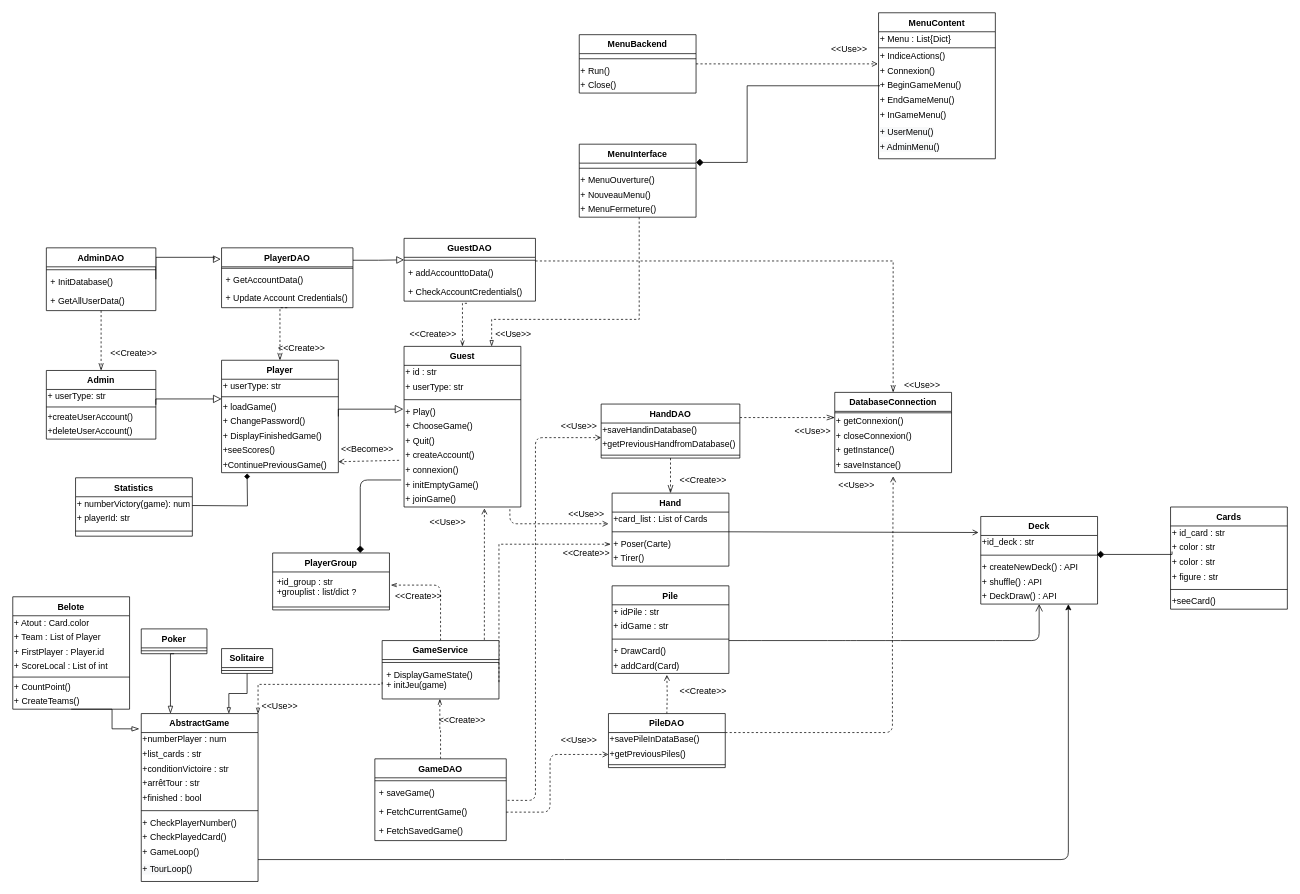
MailineN/ProjetInfo2A keeps this draw.io diagram as Diagrams/ClassDiagram.drawio. Above is the earlier version. Source tidied: cells renumbered, new cells numbered last; positions are measured from the earlier drawing's top-left corner, leaving out a move shared by most shapes. Both pictures are drawn from the tidied source at 73%, with x=0, y=0 at pixel (12, 12).
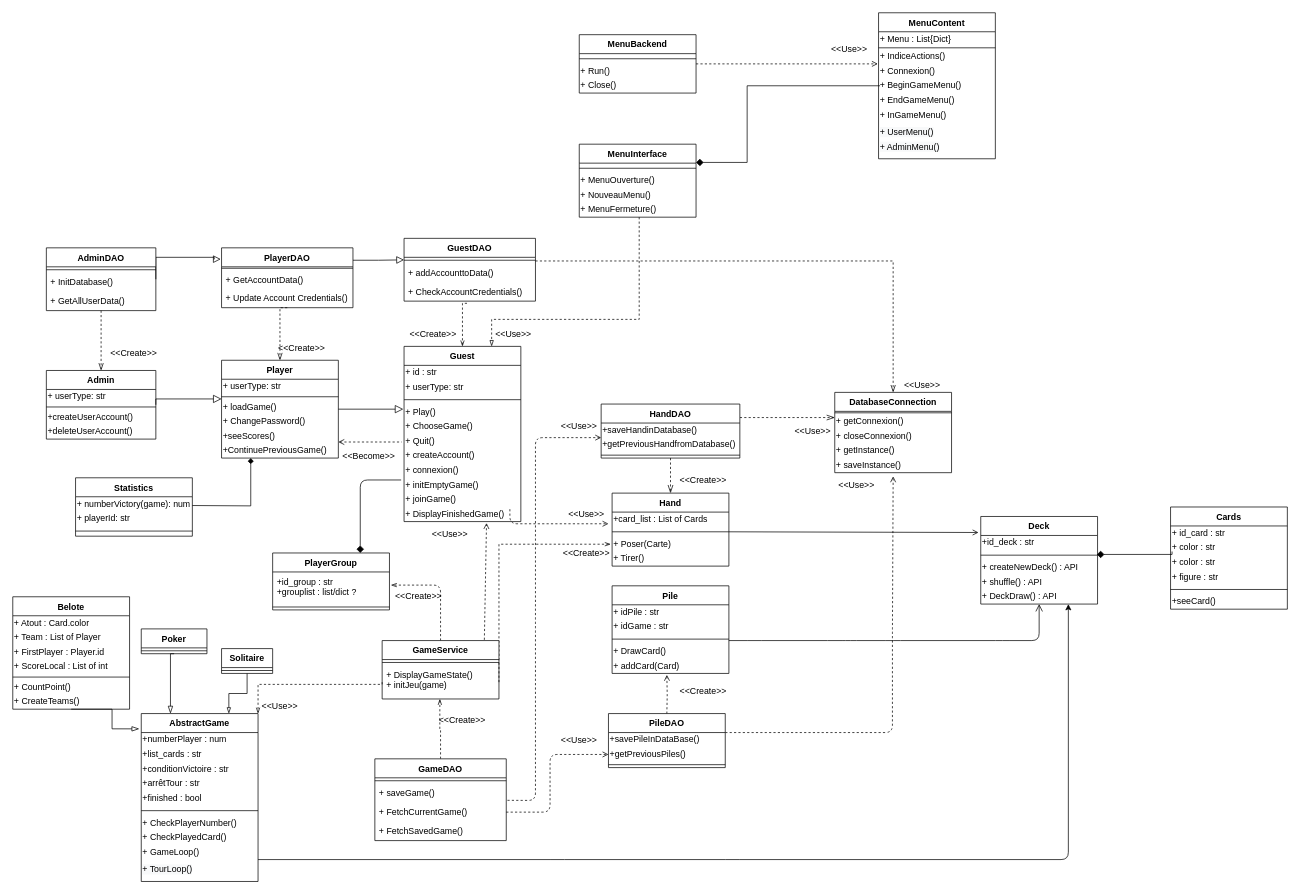
Above is the later version.

Unchanged cells that the change refers to:
```xml
<mxCell id="60" value="+ Quit()" style="text;html=1;align=left;verticalAlign=middle;points=[];fontColor=none;" parent="54" vertex="1">
  <mxGeometry y="120" width="160" height="20" as="geometry" />
</mxCell>
<mxCell id="64" value="+ joinGame()" style="text;html=1;align=left;verticalAlign=middle;points=[];fontColor=none;" parent="54" vertex="1">
  <mxGeometry y="200" width="160" height="20" as="geometry" />
</mxCell>
```

Change to the diagram source:
```diff
@@
     <mxCell id="9" value="&amp;lt;&amp;lt;Use&amp;gt;&amp;gt;" style="text;html=1;strokeColor=none;fillColor=none;align=center;verticalAlign=middle;whiteSpace=wrap;rounded=0;fontColor=none;" parent="1" vertex="1">
-      <mxGeometry x="576" y="688" width="40" height="20" as="geometry" />
+      <mxGeometry x="579" y="704" width="40" height="20" as="geometry" />
     </mxCell>
@@
-    <mxCell id="28" style="endArrow=none;dashed=1;html=1;strokeWidth=1;fontColor=none;exitX=1;exitY=0.25;exitDx=0;exitDy=0;endFill=0;startArrow=open;startFill=0;" parent="1" edge="1" source="128">
+    <mxCell id="28" style="endArrow=none;dashed=1;html=1;strokeWidth=1;fontColor=none;endFill=0;startArrow=open;startFill=0;entryX=-0.019;entryY=0.55;entryDx=0;entryDy=0;entryPerimeter=0;" parent="1" edge="1" target="60">
       <mxGeometry relative="1" as="geometry">
-        <mxPoint x="532" y="613" as="targetPoint" />
+        <mxPoint x="446" y="588" as="sourcePoint" />
       </mxGeometry>
     </mxCell>
     <mxCell id="29" value="&amp;lt;&amp;lt;Become&amp;gt;&amp;gt;" style="text;html=1;strokeColor=none;fillColor=none;align=center;verticalAlign=middle;whiteSpace=wrap;rounded=0;fontColor=none;" parent="1" vertex="1">
-      <mxGeometry x="466" y="589" width="40" height="17" as="geometry" />
+      <mxGeometry x="468" y="599" width="40" height="17" as="geometry" />
     </mxCell>
@@
-    <mxCell id="31" style="endArrow=open;html=1;dashed=1;endFill=0;entryX=0.688;entryY=1.1;entryDx=0;entryDy=0;entryPerimeter=0;" parent="1" edge="1" target="64">
+    <mxCell id="31" style="endArrow=open;html=1;dashed=1;endFill=0;entryX=0.706;entryY=1.1;entryDx=0;entryDy=0;entryPerimeter=0;" parent="1" edge="1" target="126">
       <mxGeometry relative="1" as="geometry">
         <mxPoint x="646" y="859" as="sourcePoint" />
       </mxGeometry>
     </mxCell>
@@
-    <mxCell id="41" style="edgeStyle=orthogonalEdgeStyle;rounded=0;orthogonalLoop=1;jettySize=auto;html=1;exitX=1;exitY=0.5;exitDx=0;exitDy=0;endArrow=diamond;endFill=1;" parent="1" edge="1">
+    <mxCell id="41" style="edgeStyle=orthogonalEdgeStyle;rounded=0;jettySize=auto;html=1;exitX=1;exitY=0.5;exitDx=0;exitDy=0;endArrow=diamond;endFill=1;entryX=0.25;entryY=1;entryDx=0;entryDy=0;" parent="1" edge="1" target="128">
       <mxGeometry relative="1" as="geometry">
         <mxPoint x="246" y="675" as="sourcePoint" />
-        <mxPoint x="321" y="631" as="targetPoint" />
       </mxGeometry>
     </mxCell>
@@
     <mxCell id="54" value="Guest" style="swimlane;fontStyle=1;align=center;verticalAlign=top;horizontal=1;startSize=26;fontColor=none;" parent="1" vertex="1">
-      <mxGeometry x="536" y="457" width="160" height="220" as="geometry" />
+      <mxGeometry x="536" y="457" width="160" height="240" as="geometry" />
     </mxCell>
@@
+    <mxCell id="126" value="+ DisplayFinishedGame()" style="text;html=1;align=left;verticalAlign=middle;points=[];fontColor=none;" parent="54" vertex="1">
+      <mxGeometry y="220" width="160" height="20" as="geometry" />
+    </mxCell>
@@
     <mxCell id="121" value="Player" style="swimlane;fontStyle=1;align=center;verticalAlign=top;horizontal=1;startSize=26;fontColor=none;" parent="1" vertex="1">
-      <mxGeometry x="286" y="476" width="160" height="154" as="geometry" />
+      <mxGeometry x="286" y="476" width="160" height="134" as="geometry" />
     </mxCell>
@@
-    <mxCell id="126" value="+ DisplayFinishedGame()" style="text;html=1;align=left;verticalAlign=middle;points=[];fontColor=none;" parent="121" vertex="1">
-      <mxGeometry y="94" width="160" height="20" as="geometry" />
-    </mxCell>
     <mxCell id="127" value="+seeScores()" style="text;html=1;strokeColor=none;fillColor=none;align=left;verticalAlign=middle;whiteSpace=wrap;rounded=0;" parent="121" vertex="1">
-      <mxGeometry y="114" width="160" height="20" as="geometry" />
+      <mxGeometry y="94" width="160" height="20" as="geometry" />
     </mxCell>
     <mxCell id="128" value="+ContinuePreviousGame()" style="text;html=1;strokeColor=none;fillColor=none;align=left;verticalAlign=middle;whiteSpace=wrap;rounded=0;" parent="121" vertex="1">
-      <mxGeometry y="134" width="160" height="20" as="geometry" />
+      <mxGeometry y="114" width="160" height="20" as="geometry" />
     </mxCell>
```
